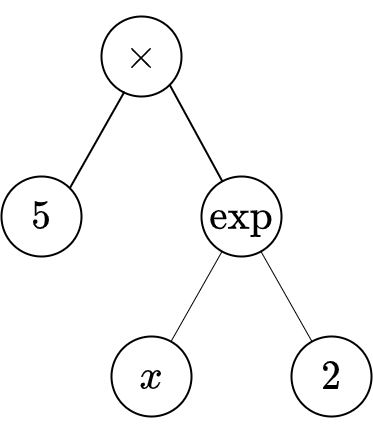
r8vnhill/keen-thesis keeps this draw.io diagram as img/theoretical_framework/GP Initial Population 4.png. Above is the earlier version. Source tidied: cells renumbered, new cells last; positions are measured from the earlier drawing's top-left corner, leaving out a move shared by most shapes. The source it was exported from:
```xml
<mxGraphModel math="1">
  <root>
    <mxCell id="0" />
    <mxCell id="1" parent="0" />
    <mxCell id="2" value="$$\times$$" style="ellipse;whiteSpace=wrap;html=1;fontSize=35;strokeWidth=2;" parent="1" vertex="1">
      <mxGeometry x="100" width="80" height="80" as="geometry" />
    </mxCell>
    <mxCell id="3" value="$$5$$" style="ellipse;whiteSpace=wrap;html=1;fontSize=35;strokeWidth=2;" parent="1" vertex="1">
      <mxGeometry y="160" width="80" height="80" as="geometry" />
    </mxCell>
    <mxCell id="4" style="rounded=0;jettySize=auto;html=1;endArrow=none;endFill=0;" parent="1" edge="1" source="6" target="9">
      <mxGeometry relative="1" as="geometry" />
    </mxCell>
    <mxCell id="5" style="rounded=0;jettySize=auto;html=1;endArrow=none;endFill=0;" parent="1" edge="1" source="6" target="10">
      <mxGeometry relative="1" as="geometry" />
    </mxCell>
    <mxCell id="6" value="$$\exp$$" style="ellipse;whiteSpace=wrap;html=1;fontSize=35;strokeWidth=2;" parent="1" vertex="1">
      <mxGeometry x="200" y="160" width="80" height="80" as="geometry" />
    </mxCell>
    <mxCell id="7" style="endArrow=none;html=1;rounded=0;exitX=1;exitY=0;exitDx=0;exitDy=0;entryX=0.288;entryY=0.938;entryDx=0;entryDy=0;entryPerimeter=0;strokeWidth=2;" parent="1" edge="1" source="3" target="2">
      <mxGeometry relative="1" as="geometry" />
    </mxCell>
    <mxCell id="8" style="rounded=0;jettySize=auto;html=1;exitX=1;exitY=1;exitDx=0;exitDy=0;endArrow=none;endFill=0;strokeWidth=2;" parent="1" edge="1" target="6">
      <mxGeometry relative="1" as="geometry">
        <mxPoint x="168" y="68" as="sourcePoint" />
      </mxGeometry>
    </mxCell>
    <mxCell id="9" value="$$x$$" style="ellipse;whiteSpace=wrap;html=1;fontSize=35;strokeWidth=2;" parent="1" vertex="1">
      <mxGeometry x="110" y="320" width="80" height="80" as="geometry" />
    </mxCell>
    <mxCell id="10" value="$$2$$" style="ellipse;whiteSpace=wrap;html=1;fontSize=35;strokeWidth=2;" parent="1" vertex="1">
      <mxGeometry x="290" y="320" width="80" height="80" as="geometry" />
    </mxCell>
  </root>
</mxGraphModel>
```
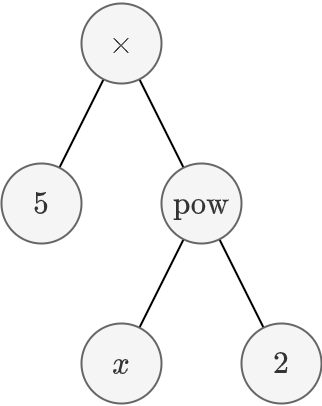
After the change.

The edit, as a diff of the source:
```diff
@@ -2,34 +2,32 @@
   <root>
     <mxCell id="0" />
     <mxCell id="1" parent="0" />
+    <mxCell id="11" style="rounded=0;jettySize=auto;html=1;endArrow=none;endFill=0;strokeWidth=2;" parent="1" edge="1" source="2" target="15">
+      <mxGeometry relative="1" as="geometry" />
+    </mxCell>
+    <mxCell id="12" style="rounded=0;jettySize=auto;html=1;endArrow=none;endFill=0;strokeWidth=2;" parent="1" edge="1" source="2" target="3">
+      <mxGeometry relative="1" as="geometry" />
+    </mxCell>
-    <mxCell id="2" value="$$\times$$" style="ellipse;whiteSpace=wrap;html=1;fontSize=35;strokeWidth=2;" parent="1" vertex="1">
-      <mxGeometry x="100" width="80" height="80" as="geometry" />
+    <mxCell id="2" value="$$\times$$" style="ellipse;whiteSpace=wrap;html=1;fontSize=27;fillColor=#f5f5f5;fontColor=#333333;strokeColor=#666666;strokeWidth=2;" parent="1" vertex="1">
+      <mxGeometry x="930" y="150" width="80" height="80" as="geometry" />
     </mxCell>
+    <mxCell id="13" style="rounded=0;jettySize=auto;html=1;endArrow=none;endFill=0;strokeWidth=2;" parent="1" edge="1" source="15" target="9">
+      <mxGeometry relative="1" as="geometry" />
+    </mxCell>
+    <mxCell id="14" style="rounded=0;jettySize=auto;html=1;endArrow=none;endFill=0;strokeWidth=2;" parent="1" edge="1" source="15" target="10">
+      <mxGeometry relative="1" as="geometry" />
+    </mxCell>
+    <mxCell id="15" value="$$\mathrm{pow}$$" style="ellipse;whiteSpace=wrap;html=1;fontSize=27;fillColor=#f5f5f5;fontColor=#333333;strokeColor=#666666;strokeWidth=2;" parent="1" vertex="1">
+      <mxGeometry x="1010" y="310" width="80" height="80" as="geometry" />
+    </mxCell>
-    <mxCell id="3" value="$$5$$" style="ellipse;whiteSpace=wrap;html=1;fontSize=35;strokeWidth=2;" parent="1" vertex="1">
-      <mxGeometry y="160" width="80" height="80" as="geometry" />
+    <mxCell id="3" value="$$5$$" style="ellipse;whiteSpace=wrap;html=1;fontSize=27;fillColor=#f5f5f5;fontColor=#333333;strokeColor=#666666;strokeWidth=2;" parent="1" vertex="1">
+      <mxGeometry x="850" y="310" width="80" height="80" as="geometry" />
     </mxCell>
-    <mxCell id="4" style="rounded=0;jettySize=auto;html=1;endArrow=none;endFill=0;" parent="1" edge="1" source="6" target="9">
-      <mxGeometry relative="1" as="geometry" />
-    </mxCell>
-    <mxCell id="5" style="rounded=0;jettySize=auto;html=1;endArrow=none;endFill=0;" parent="1" edge="1" source="6" target="10">
-      <mxGeometry relative="1" as="geometry" />
-    </mxCell>
-    <mxCell id="6" value="$$\exp$$" style="ellipse;whiteSpace=wrap;html=1;fontSize=35;strokeWidth=2;" parent="1" vertex="1">
-      <mxGeometry x="200" y="160" width="80" height="80" as="geometry" />
-    </mxCell>
-    <mxCell id="7" style="endArrow=none;html=1;rounded=0;exitX=1;exitY=0;exitDx=0;exitDy=0;entryX=0.288;entryY=0.938;entryDx=0;entryDy=0;entryPerimeter=0;strokeWidth=2;" parent="1" edge="1" source="3" target="2">
-      <mxGeometry relative="1" as="geometry" />
-    </mxCell>
-    <mxCell id="8" style="rounded=0;jettySize=auto;html=1;exitX=1;exitY=1;exitDx=0;exitDy=0;endArrow=none;endFill=0;strokeWidth=2;" parent="1" edge="1" target="6">
-      <mxGeometry relative="1" as="geometry">
-        <mxPoint x="168" y="68" as="sourcePoint" />
-      </mxGeometry>
-    </mxCell>
-    <mxCell id="9" value="$$x$$" style="ellipse;whiteSpace=wrap;html=1;fontSize=35;strokeWidth=2;" parent="1" vertex="1">
-      <mxGeometry x="110" y="320" width="80" height="80" as="geometry" />
+    <mxCell id="9" value="$$x$$" style="ellipse;whiteSpace=wrap;html=1;fontSize=27;fillColor=#f5f5f5;fontColor=#333333;strokeColor=#666666;strokeWidth=2;" parent="1" vertex="1">
+      <mxGeometry x="930" y="470" width="80" height="80" as="geometry" />
     </mxCell>
-    <mxCell id="10" value="$$2$$" style="ellipse;whiteSpace=wrap;html=1;fontSize=35;strokeWidth=2;" parent="1" vertex="1">
-      <mxGeometry x="290" y="320" width="80" height="80" as="geometry" />
+    <mxCell id="10" value="$$2$$" style="ellipse;whiteSpace=wrap;html=1;fontSize=27;fillColor=#f5f5f5;fontColor=#333333;strokeColor=#666666;strokeWidth=2;" parent="1" vertex="1">
+      <mxGeometry x="1090" y="470" width="80" height="80" as="geometry" />
     </mxCell>
   </root>
 </mxGraphModel>
```
